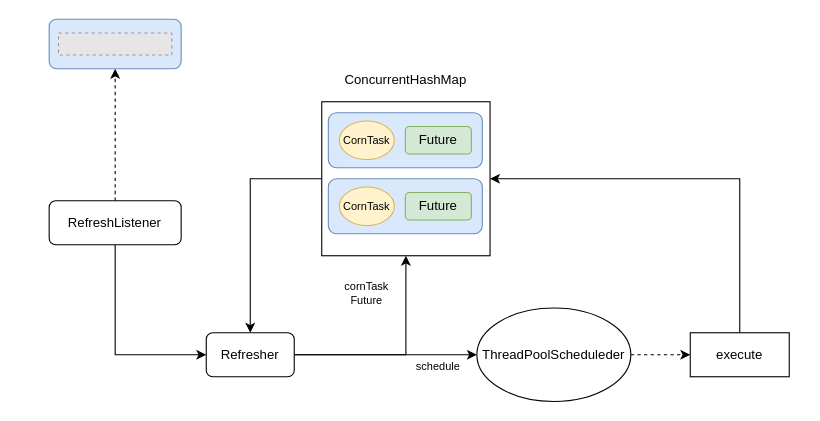
This is page "动态定时任务" (2 of 3) of Untitled Diagram.drawio from vvhard/draw_io, a draw.io file, before an edit. Source tidied: cells renumbered, new cells numbered last; positions are measured from the earlier drawing's top-left corner, leaving out a move shared by most shapes. Both pictures are drawn from the tidied source at 110%, with x=0, y=0 at pixel (48, 19). Pictures stored in the file or linked from it are replaced by grey dashed boxes.
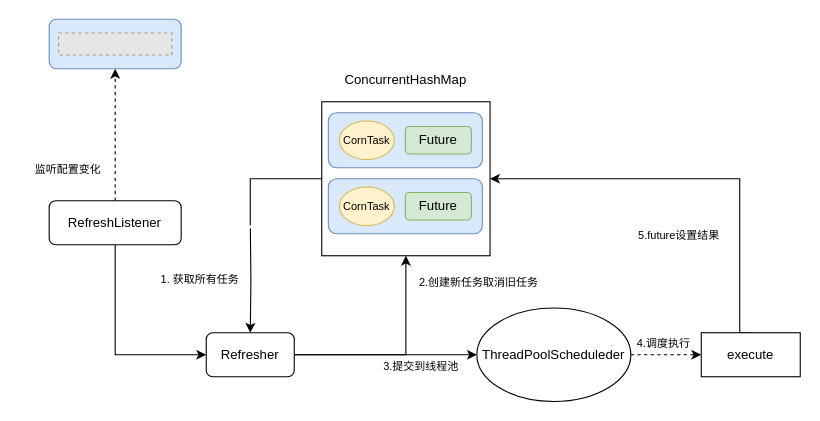
The same diagram, later.

The change refers to these unchanged cells:
```xml
<mxCell id="4" style="rounded=0;whiteSpace=wrap;html=1;" parent="1" vertex="1">
  <mxGeometry x="248" y="75" width="153" height="140" as="geometry" />
</mxCell>
<mxCell id="12" value="Refresher" style="rounded=1;whiteSpace=wrap;html=1;" parent="1" vertex="1">
  <mxGeometry x="143" y="285" width="80" height="40" as="geometry" />
</mxCell>
```

What changed in the source:
```diff
@@
-    <mxCell id="3" style="edgeStyle=orthogonalEdgeStyle;rounded=0;jettySize=auto;html=1;entryX=0.5;entryY=0;entryDx=0;entryDy=0;fontSize=10;" parent="1" edge="1" source="4" target="12">
-      <mxGeometry relative="1" as="geometry" />
+    <mxCell id="3" style="edgeStyle=orthogonalEdgeStyle;rounded=0;jettySize=auto;html=1;entryX=0.5;entryY=0;entryDx=0;entryDy=0;fontSize=10;startArrow=none;" parent="1" edge="1" target="12">
+      <mxGeometry relative="1" as="geometry">
+        <mxPoint x="183.1" y="190" as="sourcePoint" />
+      </mxGeometry>
     </mxCell>
@@
     <mxCell id="9" value="execute" style="rounded=0;whiteSpace=wrap;html=1;" parent="1" vertex="1">
-      <mxGeometry x="583" y="285" width="90" height="40" as="geometry" />
+      <mxGeometry x="593" y="285" width="90" height="40" as="geometry" />
     </mxCell>
@@
-    <mxCell id="24" value="schedule" style="text;html=1;strokeColor=none;fillColor=none;align=center;verticalAlign=middle;whiteSpace=wrap;rounded=0;fontSize=10;" parent="1" vertex="1">
-      <mxGeometry x="324" y="305" width="60" height="20" as="geometry" />
+    <mxCell id="24" value="3.提交到线程池" style="text;html=1;strokeColor=none;fillColor=none;align=center;verticalAlign=middle;whiteSpace=wrap;rounded=0;fontSize=10;" parent="1" vertex="1">
+      <mxGeometry x="293" y="305" width="91" height="20" as="geometry" />
     </mxCell>
-    <mxCell id="25" value="cornTask&lt;br&gt;Future" style="text;html=1;strokeColor=none;fillColor=none;align=center;verticalAlign=middle;whiteSpace=wrap;rounded=0;fontSize=10;" parent="1" vertex="1">
-      <mxGeometry x="251" y="235" width="76" height="27.5" as="geometry" />
+    <mxCell id="25" value="2.创建新任务取消旧任务" style="text;html=1;strokeColor=none;fillColor=none;align=center;verticalAlign=middle;whiteSpace=wrap;rounded=0;fontSize=10;" parent="1" vertex="1">
+      <mxGeometry x="324" y="225" width="134" height="27.5" as="geometry" />
     </mxCell>
+    <mxCell id="26" style="edgeStyle=orthogonalEdgeStyle;rounded=0;jettySize=auto;html=1;entryX=0.5;entryY=0;entryDx=0;entryDy=0;fontSize=10;endArrow=none;" parent="1" edge="1" source="4">
+      <mxGeometry relative="1" as="geometry">
+        <mxPoint x="183" y="187.5" as="targetPoint" />
+        <Array as="points">
+          <mxPoint x="183" y="145" />
+        </Array>
+      </mxGeometry>
+    </mxCell>
+    <mxCell id="27" value="1. 获取所有任务" style="text;html=1;strokeColor=none;fillColor=none;align=center;verticalAlign=middle;whiteSpace=wrap;rounded=0;fontSize=10;" parent="1" vertex="1">
+      <mxGeometry x="93" y="235" width="88.5" height="2.5" as="geometry" />
+    </mxCell>
+    <mxCell id="28" value="4.调度执行" style="text;html=1;strokeColor=none;fillColor=none;align=center;verticalAlign=middle;whiteSpace=wrap;rounded=0;fontSize=10;" parent="1" vertex="1">
+      <mxGeometry x="529" y="285" width="60" height="17.5" as="geometry" />
+    </mxCell>
+    <mxCell id="29" value="5.future设置结果" style="text;html=1;strokeColor=none;fillColor=none;align=center;verticalAlign=middle;whiteSpace=wrap;rounded=0;fontSize=10;" parent="1" vertex="1">
+      <mxGeometry x="523" y="187.5" width="100" height="17.5" as="geometry" />
+    </mxCell>
+    <mxCell id="30" value="监听配置变化" style="text;html=1;strokeColor=none;fillColor=none;align=center;verticalAlign=middle;whiteSpace=wrap;rounded=0;fontSize=10;" parent="1" vertex="1">
+      <mxGeometry x="-27" y="135" width="88.5" height="2.5" as="geometry" />
+    </mxCell>
```
